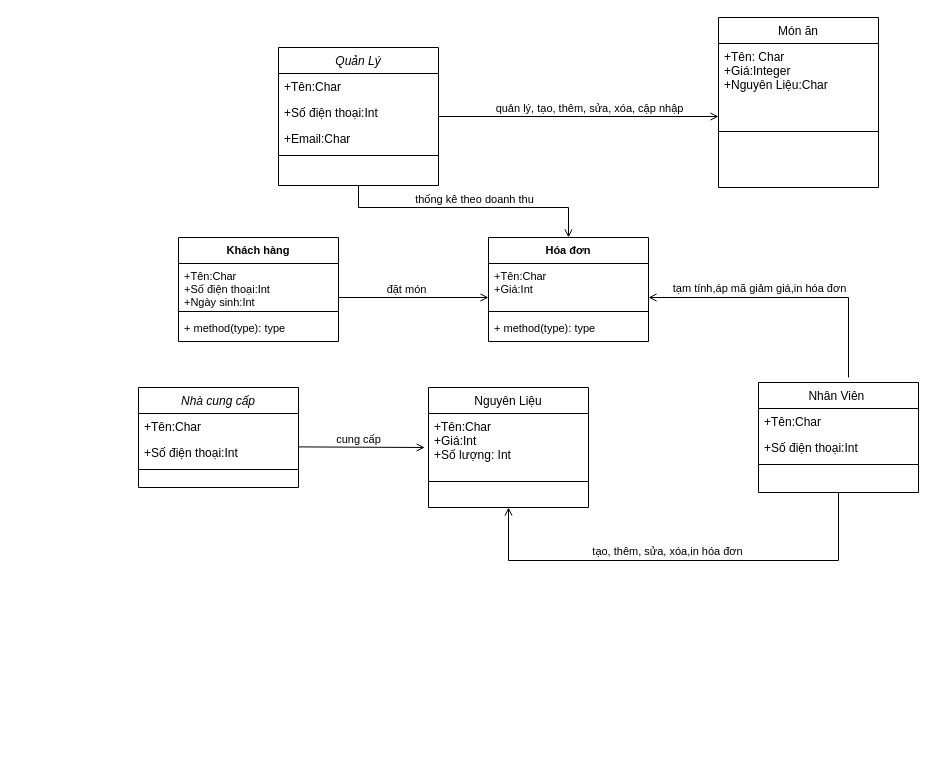
Before: Untitled Diagram.drawio in ducvo177/Calculator, a draw.io diagram. Source tidied: cells renumbered, new cells numbered last; positions are measured from the earlier drawing's top-left corner, leaving out a move shared by most shapes. Both pictures are drawn from the tidied source at 100%, with x=0, y=0 at pixel (138, 17).
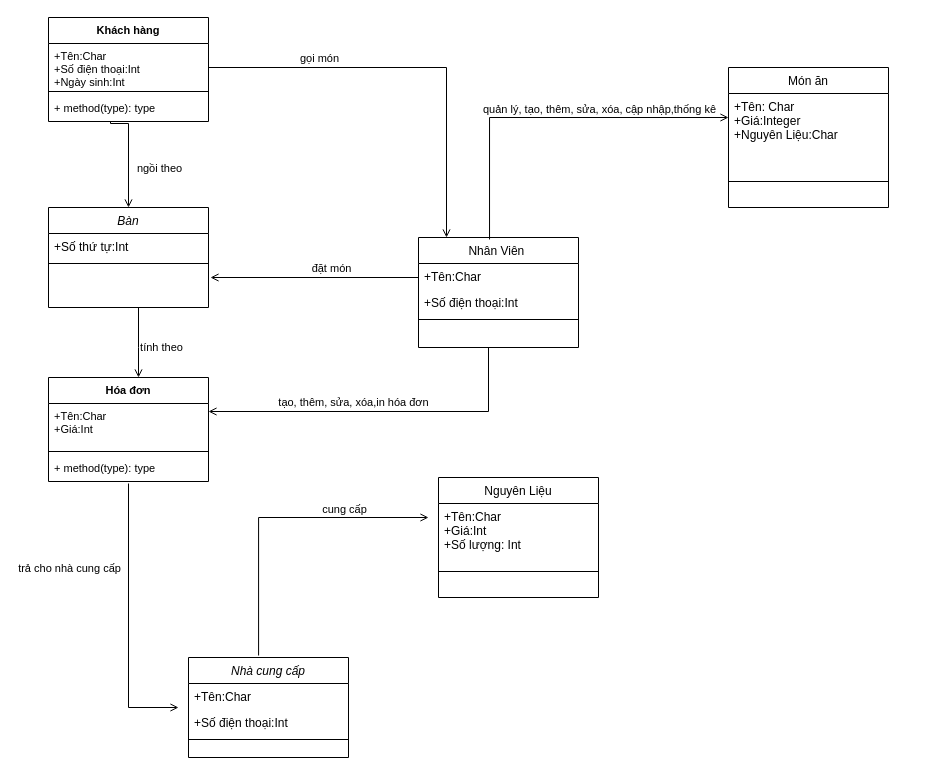
After the change.

The change refers to these unchanged cells:
```xml
<mxCell id="8" value="+Tên:Char" style="text;align=left;verticalAlign=top;spacingLeft=4;spacingRight=4;overflow=hidden;points=[[0,0.5],[1,0.5]];portConstraint=eastwest;" parent="7" vertex="1">
  <mxGeometry y="26" width="160" height="26" as="geometry" />
</mxCell>
<mxCell id="36" value="+ method(type): type" style="text;strokeColor=none;fillColor=none;align=left;verticalAlign=top;spacingLeft=4;spacingRight=4;overflow=hidden;points=[[0,0.5],[1,0.5]];portConstraint=eastwest;fontSize=11;" parent="33" vertex="1">
  <mxGeometry y="78" width="160" height="26" as="geometry" />
</mxCell>
<mxCell id="42" value="+Tên:Char&#10;+Số điện thoại:Int&#10;+Ngày sinh:Int" style="text;strokeColor=none;fillColor=none;align=left;verticalAlign=top;spacingLeft=4;spacingRight=4;overflow=hidden;points=[[0,0.5],[1,0.5]];portConstraint=eastwest;fontSize=11;" parent="41" vertex="1">
  <mxGeometry y="26" width="160" height="44" as="geometry" />
</mxCell>
```

Change to the diagram source:
```diff
@@
-    <mxCell id="2" value="Quản Lý" style="swimlane;fontStyle=2;align=center;verticalAlign=top;horizontal=1;startSize=26;rounded=0;shadow=0;strokeWidth=1;" parent="1" vertex="1">
-      <mxGeometry x="140" y="30" width="160" height="138" as="geometry" />
-    </mxCell>
-    <mxCell id="3" value="+Tên:Char" style="text;align=left;verticalAlign=top;spacingLeft=4;spacingRight=4;overflow=hidden;" parent="2" vertex="1">
-      <mxGeometry y="26" width="160" height="26" as="geometry" />
-    </mxCell>
-    <mxCell id="4" value="+Số điện thoại:Int" style="text;align=left;verticalAlign=top;spacingLeft=4;spacingRight=4;overflow=hidden;rounded=0;shadow=0;html=0;" parent="2" vertex="1">
-      <mxGeometry y="52" width="160" height="26" as="geometry" />
-    </mxCell>
-    <mxCell id="5" value="+Email:Char" style="text;align=left;verticalAlign=top;spacingLeft=4;spacingRight=4;overflow=hidden;rounded=0;shadow=0;html=0;" parent="2" vertex="1">
-      <mxGeometry y="78" width="160" height="26" as="geometry" />
-    </mxCell>
-    <mxCell id="6" style="line;html=1;strokeWidth=1;align=left;verticalAlign=middle;spacingTop=-1;spacingLeft=3;spacingRight=3;labelPosition=right;" parent="2" vertex="1">
-      <mxGeometry y="104" width="160" height="8" as="geometry" />
-    </mxCell>
     <mxCell id="7" value="Nhân Viên &#10;" style="swimlane;fontStyle=0;align=center;verticalAlign=top;horizontal=1;startSize=26;rounded=0;shadow=0;strokeWidth=1;" parent="1" vertex="1">
-      <mxGeometry x="620" y="365" width="160" height="110" as="geometry" />
+      <mxGeometry x="280" y="220" width="160" height="110" as="geometry" />
     </mxCell>
@@
     <mxCell id="11" value="Nguyên Liệu" style="swimlane;fontStyle=0;align=center;verticalAlign=top;horizontal=1;startSize=26;rounded=0;shadow=0;strokeWidth=1;" parent="1" vertex="1">
-      <mxGeometry x="290" y="370" width="160" height="120" as="geometry" />
+      <mxGeometry x="300" y="460" width="160" height="120" as="geometry" />
     </mxCell>
@@
-    <mxCell id="14" style="endArrow=open;shadow=0;strokeWidth=1;rounded=0;endFill=1;edgeStyle=elbowEdgeStyle;elbow=vertical;exitX=0.5;exitY=1;exitDx=0;exitDy=0;" parent="11" edge="1" source="7">
-      <mxGeometry x="0.5" y="41" relative="1" as="geometry">
-        <mxPoint x="80" y="120" as="targetPoint" />
-        <Array as="points">
-          <mxPoint x="260" y="173" />
-        </Array>
-        <mxPoint x="-40" y="32" as="offset" />
-      </mxGeometry>
-    </mxCell>
-    <mxCell id="15" style="align=left;verticalAlign=bottom;labelBackgroundColor=none;fontSize=12;" parent="14" vertex="1">
-      <mxGeometry x="-1" relative="1" as="geometry">
-        <mxPoint y="4" as="offset" />
-      </mxGeometry>
-    </mxCell>
-    <mxCell id="16" style="align=right;verticalAlign=bottom;labelBackgroundColor=none;fontSize=12;" parent="14" vertex="1">
-      <mxGeometry x="1" relative="1" as="geometry">
-        <mxPoint x="-7" y="4" as="offset" />
-      </mxGeometry>
-    </mxCell>
-    <mxCell id="17" value="&lt;span class=&quot;fontstyle21&quot;&gt;&lt;span style=&quot;line-height: 115%&quot;&gt;&lt;font style=&quot;font-size: 11px&quot;&gt;tạo, thêm, sửa, xóa,in hóa đơn&lt;/font&gt;&lt;/span&gt;&lt;/span&gt;" style="text;html=1;align=center;verticalAlign=middle;labelBackgroundColor=none;rounded=0;shadow=0;strokeWidth=1;fontSize=12;" parent="14" vertex="1">
-      <mxGeometry x="0.5" y="49" relative="1" as="geometry">
-        <mxPoint x="98" y="-59" as="offset" />
-      </mxGeometry>
-    </mxCell>
     <mxCell id="18" value="Món ăn" style="swimlane;fontStyle=0;align=center;verticalAlign=top;horizontal=1;startSize=26;rounded=0;shadow=0;strokeWidth=1;" parent="1" vertex="1">
-      <mxGeometry x="580" width="160" height="170" as="geometry" />
+      <mxGeometry x="590" y="50" width="160" height="140" as="geometry" />
     </mxCell>
@@
-    <mxCell id="21" style="endArrow=open;shadow=0;strokeWidth=1;rounded=0;endFill=1;edgeStyle=elbowEdgeStyle;elbow=vertical;" parent="1" edge="1" source="2" target="18">
+    <mxCell id="21" style="endArrow=open;shadow=0;strokeWidth=1;rounded=0;endFill=1;edgeStyle=elbowEdgeStyle;elbow=vertical;exitX=0.444;exitY=0.018;exitDx=0;exitDy=0;exitPerimeter=0;" parent="1" edge="1" source="7" target="18">
       <mxGeometry x="0.5" y="41" relative="1" as="geometry">
+        <Array as="points">
+          <mxPoint x="470" y="100" />
+        </Array>
         <mxPoint x="-40" y="32" as="offset" />
       </mxGeometry>
     </mxCell>
@@
-    <mxCell id="24" value="&lt;span class=&quot;fontstyle21&quot;&gt;&lt;span style=&quot;line-height: 115%&quot;&gt;&lt;font style=&quot;font-size: 11px&quot;&gt;quản lý, tạo, thêm, sửa, xóa, cập nhập&lt;/font&gt;&lt;/span&gt;&lt;/span&gt;" style="text;html=1;align=center;verticalAlign=middle;labelBackgroundColor=none;rounded=0;shadow=0;strokeWidth=1;fontSize=12;" parent="21" vertex="1">
+    <mxCell id="24" value="&lt;span class=&quot;fontstyle21&quot;&gt;&lt;span style=&quot;line-height: 115%&quot;&gt;&lt;font style=&quot;font-size: 11px&quot;&gt;quản lý, tạo, thêm, sửa, xóa, cập nhập,thống kê&lt;/font&gt;&lt;/span&gt;&lt;/span&gt;" style="text;html=1;align=center;verticalAlign=middle;labelBackgroundColor=none;rounded=0;shadow=0;strokeWidth=1;fontSize=12;" parent="21" vertex="1">
       <mxGeometry x="0.5" y="49" relative="1" as="geometry">
-        <mxPoint x="-60" y="40" as="offset" />
+        <mxPoint x="-40" y="40" as="offset" />
       </mxGeometry>
     </mxCell>
     <mxCell id="25" value="Nhà cung cấp" style="swimlane;fontStyle=2;align=center;verticalAlign=top;horizontal=1;startSize=26;rounded=0;shadow=0;strokeWidth=1;" parent="1" vertex="1">
-      <mxGeometry y="370" width="160" height="100" as="geometry" />
+      <mxGeometry x="50" y="640" width="160" height="100" as="geometry" />
     </mxCell>
@@
-    <mxCell id="29" style="endArrow=open;shadow=0;strokeWidth=1;rounded=0;endFill=1;edgeStyle=elbowEdgeStyle;elbow=vertical;exitX=1.024;exitY=0.285;exitDx=0;exitDy=0;exitPerimeter=0;" parent="1" edge="1">
+    <mxCell id="29" style="endArrow=open;shadow=0;strokeWidth=1;rounded=0;endFill=1;edgeStyle=elbowEdgeStyle;elbow=vertical;exitX=0.438;exitY=-0.02;exitDx=0;exitDy=0;exitPerimeter=0;" parent="1" edge="1" source="25">
       <mxGeometry x="0.5" y="41" relative="1" as="geometry">
-        <mxPoint x="160" y="429.4" as="sourcePoint" />
-        <mxPoint x="286.2" y="430" as="targetPoint" />
+        <mxPoint x="290" y="500" as="targetPoint" />
+        <Array as="points">
+          <mxPoint x="270" y="500" />
+          <mxPoint x="170" y="480" />
+        </Array>
         <mxPoint x="-40" y="32" as="offset" />
       </mxGeometry>
     </mxCell>
@@
     <mxCell id="32" value="&lt;span style=&quot;font-size: 11px&quot;&gt;cung cấp&lt;/span&gt;" style="text;html=1;align=center;verticalAlign=middle;labelBackgroundColor=none;rounded=0;shadow=0;strokeWidth=1;fontSize=12;" parent="29" vertex="1">
       <mxGeometry x="0.5" y="49" relative="1" as="geometry">
-        <mxPoint x="-35" y="40" as="offset" />
+        <mxPoint x="-8" y="40" as="offset" />
       </mxGeometry>
     </mxCell>
     <mxCell id="33" value="Hóa đơn" style="swimlane;fontStyle=1;align=center;verticalAlign=top;horizontal=1;startSize=26;fontSize=11;" parent="1" vertex="1">
-      <mxGeometry x="350" y="220" width="160" height="104" as="geometry" />
+      <mxGeometry x="-90" y="360" width="160" height="104" as="geometry" />
     </mxCell>
@@
-    <mxCell id="37" style="endArrow=open;shadow=0;strokeWidth=1;rounded=0;endFill=1;edgeStyle=elbowEdgeStyle;elbow=vertical;" parent="1" edge="1">
-      <mxGeometry x="0.5" y="41" relative="1" as="geometry">
-        <mxPoint x="710" y="360" as="sourcePoint" />
-        <mxPoint x="510" y="280" as="targetPoint" />
-        <Array as="points">
-          <mxPoint x="620" y="280" />
-        </Array>
-        <mxPoint x="-40" y="32" as="offset" />
-      </mxGeometry>
-    </mxCell>
-    <mxCell id="38" style="align=left;verticalAlign=bottom;labelBackgroundColor=none;fontSize=12;" parent="37" vertex="1">
-      <mxGeometry x="-1" relative="1" as="geometry">
-        <mxPoint y="4" as="offset" />
-      </mxGeometry>
-    </mxCell>
-    <mxCell id="39" style="align=right;verticalAlign=bottom;labelBackgroundColor=none;fontSize=12;" parent="37" vertex="1">
-      <mxGeometry x="1" relative="1" as="geometry">
-        <mxPoint x="-7" y="4" as="offset" />
-      </mxGeometry>
-    </mxCell>
-    <mxCell id="40" value="&lt;span style=&quot;font-size: 11px&quot;&gt;tạm tính,áp mã giảm giá,in hóa đơn&lt;br&gt;&lt;/span&gt;" style="text;html=1;align=center;verticalAlign=middle;labelBackgroundColor=none;rounded=0;shadow=0;strokeWidth=1;fontSize=12;" parent="37" vertex="1">
-      <mxGeometry x="0.5" y="49" relative="1" as="geometry">
-        <mxPoint x="40" y="-59" as="offset" />
-      </mxGeometry>
-    </mxCell>
     <mxCell id="41" value="Khách hàng" style="swimlane;fontStyle=1;align=center;verticalAlign=top;horizontal=1;startSize=26;fontSize=11;" parent="1" vertex="1">
-      <mxGeometry x="40" y="220" width="160" height="104" as="geometry" />
+      <mxGeometry x="-90" width="160" height="104" as="geometry" />
     </mxCell>
@@
-    <mxCell id="45" style="endArrow=open;shadow=0;strokeWidth=1;rounded=0;endFill=1;edgeStyle=elbowEdgeStyle;elbow=vertical;exitX=1;exitY=0.773;exitDx=0;exitDy=0;exitPerimeter=0;" parent="1" edge="1" source="42">
+    <mxCell id="45" style="endArrow=open;shadow=0;strokeWidth=1;rounded=0;endFill=1;edgeStyle=elbowEdgeStyle;elbow=vertical;exitX=1;exitY=0.5;exitDx=0;exitDy=0;entryX=0.175;entryY=0;entryDx=0;entryDy=0;entryPerimeter=0;" parent="1" edge="1" source="42" target="7">
       <mxGeometry x="0.5" y="41" relative="1" as="geometry">
-        <mxPoint x="350" y="280" as="targetPoint" />
         <Array as="points">
-          <mxPoint x="320" y="280" />
-          <mxPoint x="340" y="280" />
+          <mxPoint x="160" y="50" />
+          <mxPoint x="50" y="50" />
+          <mxPoint x="-230" y="-220" />
+          <mxPoint x="-210" y="-220" />
         </Array>
         <mxPoint x="-40" y="32" as="offset" />
       </mxGeometry>
     </mxCell>
@@
+    <mxCell id="53" value="Bàn" style="swimlane;fontStyle=2;align=center;verticalAlign=top;horizontal=1;startSize=26;rounded=0;shadow=0;strokeWidth=1;" parent="1" vertex="1">
+      <mxGeometry x="-90" y="190" width="160" height="100" as="geometry" />
+    </mxCell>
+    <mxCell id="54" value="+Số thứ tự:Int" style="text;align=left;verticalAlign=top;spacingLeft=4;spacingRight=4;overflow=hidden;" parent="53" vertex="1">
+      <mxGeometry y="26" width="160" height="26" as="geometry" />
+    </mxCell>
+    <mxCell id="55" style="line;html=1;strokeWidth=1;align=left;verticalAlign=middle;spacingTop=-1;spacingLeft=3;spacingRight=3;labelPosition=right;" parent="53" vertex="1">
+      <mxGeometry y="52" width="160" height="8" as="geometry" />
+    </mxCell>
+    <mxCell id="56" style="endArrow=open;shadow=0;strokeWidth=1;rounded=0;endFill=1;edgeStyle=elbowEdgeStyle;elbow=vertical;exitX=0.5;exitY=1.077;exitDx=0;exitDy=0;exitPerimeter=0;" parent="1" edge="1" source="36">
+      <mxGeometry x="0.5" y="41" relative="1" as="geometry">
+        <mxPoint x="40" y="690" as="targetPoint" />
+        <Array as="points">
+          <mxPoint x="-10" y="690" />
+          <mxPoint x="-30" y="480" />
+          <mxPoint x="420" y="190" />
+        </Array>
+        <mxPoint x="-40" y="32" as="offset" />
+      </mxGeometry>
+    </mxCell>
+    <mxCell id="57" style="align=left;verticalAlign=bottom;labelBackgroundColor=none;fontSize=12;" parent="56" vertex="1">
+      <mxGeometry x="-1" relative="1" as="geometry">
+        <mxPoint y="4" as="offset" />
+      </mxGeometry>
+    </mxCell>
+    <mxCell id="58" style="align=right;verticalAlign=bottom;labelBackgroundColor=none;fontSize=12;" parent="56" vertex="1">
+      <mxGeometry x="1" relative="1" as="geometry">
+        <mxPoint x="-7" y="4" as="offset" />
+      </mxGeometry>
+    </mxCell>
+    <mxCell id="59" value="&lt;span style=&quot;font-size: 11px&quot;&gt;trả cho nhà cung cấp&lt;/span&gt;" style="text;html=1;align=center;verticalAlign=middle;labelBackgroundColor=none;rounded=0;shadow=0;strokeWidth=1;fontSize=12;" parent="56" vertex="1">
+      <mxGeometry x="0.5" y="49" relative="1" as="geometry">
+        <mxPoint x="-109" y="-121" as="offset" />
+      </mxGeometry>
+    </mxCell>
+    <mxCell id="14" style="endArrow=open;shadow=0;strokeWidth=1;rounded=0;endFill=1;edgeStyle=elbowEdgeStyle;elbow=vertical;" parent="1" edge="1">
+      <mxGeometry x="0.5" y="41" relative="1" as="geometry">
+        <mxPoint x="350" y="330" as="sourcePoint" />
+        <mxPoint x="70" y="394" as="targetPoint" />
+        <Array as="points">
+          <mxPoint x="180" y="394" />
+        </Array>
+        <mxPoint x="-40" y="32" as="offset" />
+      </mxGeometry>
+    </mxCell>
+    <mxCell id="15" style="align=left;verticalAlign=bottom;labelBackgroundColor=none;fontSize=12;" parent="14" vertex="1">
+      <mxGeometry x="-1" relative="1" as="geometry">
+        <mxPoint y="4" as="offset" />
+      </mxGeometry>
+    </mxCell>
+    <mxCell id="16" style="align=right;verticalAlign=bottom;labelBackgroundColor=none;fontSize=12;" parent="14" vertex="1">
+      <mxGeometry x="1" relative="1" as="geometry">
+        <mxPoint x="-7" y="4" as="offset" />
+      </mxGeometry>
+    </mxCell>
+    <mxCell id="17" value="&lt;span class=&quot;fontstyle21&quot;&gt;&lt;span style=&quot;line-height: 115%&quot;&gt;&lt;font style=&quot;font-size: 11px&quot;&gt;tạo, thêm, sửa, xóa,in hóa đơn&lt;/font&gt;&lt;/span&gt;&lt;/span&gt;" style="text;html=1;align=center;verticalAlign=middle;labelBackgroundColor=none;rounded=0;shadow=0;strokeWidth=1;fontSize=12;" parent="14" vertex="1">
+      <mxGeometry x="0.5" y="49" relative="1" as="geometry">
+        <mxPoint x="58" y="-59" as="offset" />
+      </mxGeometry>
+    </mxCell>
+    <mxCell id="60" value="&lt;span style=&quot;font-size: 11px&quot;&gt;gọi món&lt;br&gt;&lt;/span&gt;" style="text;html=1;align=center;verticalAlign=middle;labelBackgroundColor=none;rounded=0;shadow=0;strokeWidth=1;fontSize=12;" parent="1" vertex="1">
+      <mxGeometry x="190" y="40" as="geometry">
+        <mxPoint x="-10" as="offset" />
+      </mxGeometry>
+    </mxCell>
+    <mxCell id="61" style="endArrow=open;shadow=0;strokeWidth=1;rounded=0;endFill=1;edgeStyle=elbowEdgeStyle;elbow=vertical;exitX=1;exitY=0.5;exitDx=0;exitDy=0;entryX=0.5;entryY=0;entryDx=0;entryDy=0;" parent="1" edge="1" target="53">
+      <mxGeometry x="0.5" y="41" relative="1" as="geometry">
+        <mxPoint x="-28" y="104" as="sourcePoint" />
+        <Array as="points">
+          <mxPoint x="62" y="106" />
+          <mxPoint x="-48" y="106" />
+          <mxPoint x="-328" y="-164" />
+          <mxPoint x="-308" y="-164" />
+        </Array>
+        <mxPoint x="-40" y="32" as="offset" />
+      </mxGeometry>
+    </mxCell>
+    <mxCell id="62" style="align=left;verticalAlign=bottom;labelBackgroundColor=none;fontSize=12;" parent="61" vertex="1">
+      <mxGeometry x="-1" relative="1" as="geometry">
+        <mxPoint y="4" as="offset" />
+      </mxGeometry>
+    </mxCell>
+    <mxCell id="63" style="align=right;verticalAlign=bottom;labelBackgroundColor=none;fontSize=12;" parent="61" vertex="1">
+      <mxGeometry x="1" relative="1" as="geometry">
+        <mxPoint x="-7" y="4" as="offset" />
+      </mxGeometry>
+    </mxCell>
+    <mxCell id="64" value="&lt;span style=&quot;font-size: 11px&quot;&gt;ngồi theo&lt;/span&gt;" style="text;html=1;align=center;verticalAlign=middle;labelBackgroundColor=none;rounded=0;shadow=0;strokeWidth=1;fontSize=12;" parent="61" vertex="1">
+      <mxGeometry x="0.5" y="49" relative="1" as="geometry">
+        <mxPoint x="-19" y="-14" as="offset" />
+      </mxGeometry>
+    </mxCell>
+    <mxCell id="65" style="endArrow=open;shadow=0;strokeWidth=1;rounded=0;endFill=1;edgeStyle=elbowEdgeStyle;elbow=vertical;exitX=0;exitY=0.5;exitDx=0;exitDy=0;" parent="1" edge="1" source="8">
+      <mxGeometry x="0.5" y="41" relative="1" as="geometry">
+        <mxPoint x="72" y="260" as="targetPoint" />
+        <Array as="points">
+          <mxPoint x="190" y="260" />
+          <mxPoint x="60" y="60" />
+          <mxPoint x="-220" y="-210" />
+          <mxPoint x="-200" y="-210" />
+        </Array>
+        <mxPoint x="-40" y="32" as="offset" />
+      </mxGeometry>
+    </mxCell>
+    <mxCell id="66" style="align=left;verticalAlign=bottom;labelBackgroundColor=none;fontSize=12;" parent="65" vertex="1">
+      <mxGeometry x="-1" relative="1" as="geometry">
+        <mxPoint y="4" as="offset" />
+      </mxGeometry>
+    </mxCell>
+    <mxCell id="67" style="align=right;verticalAlign=bottom;labelBackgroundColor=none;fontSize=12;" parent="65" vertex="1">
+      <mxGeometry x="1" relative="1" as="geometry">
+        <mxPoint x="-7" y="4" as="offset" />
+      </mxGeometry>
+    </mxCell>
-    <mxCell id="48" value="&lt;span style=&quot;font-size: 11px&quot;&gt;đặt món&lt;/span&gt;" style="text;html=1;align=center;verticalAlign=middle;labelBackgroundColor=none;rounded=0;shadow=0;strokeWidth=1;fontSize=12;" parent="45" vertex="1">
+    <mxCell id="48" value="&lt;span style=&quot;font-size: 11px&quot;&gt;đặt món&lt;/span&gt;" style="text;html=1;align=center;verticalAlign=middle;labelBackgroundColor=none;rounded=0;shadow=0;strokeWidth=1;fontSize=12;" parent="65" vertex="1">
       <mxGeometry x="0.5" y="49" relative="1" as="geometry">
-        <mxPoint x="-45" y="40" as="offset" />
+        <mxPoint x="68" y="-59" as="offset" />
       </mxGeometry>
     </mxCell>
-    <mxCell id="49" style="endArrow=open;shadow=0;strokeWidth=1;rounded=0;endFill=1;edgeStyle=elbowEdgeStyle;elbow=vertical;exitX=0.5;exitY=1;exitDx=0;exitDy=0;entryX=0.5;entryY=0;entryDx=0;entryDy=0;" parent="1" edge="1" source="2" target="33">
-      <mxGeometry x="0.5" y="41" relative="1" as="geometry">
-        <Array as="points">
-          <mxPoint x="420" y="190" />
-          <mxPoint x="410" y="180" />
-        </Array>
-        <mxPoint x="-40" y="32" as="offset" />
-      </mxGeometry>
-    </mxCell>
-    <mxCell id="50" style="align=left;verticalAlign=bottom;labelBackgroundColor=none;fontSize=12;" parent="49" vertex="1">
-      <mxGeometry x="-1" relative="1" as="geometry">
-        <mxPoint y="4" as="offset" />
-      </mxGeometry>
-    </mxCell>
-    <mxCell id="51" style="align=right;verticalAlign=bottom;labelBackgroundColor=none;fontSize=12;" parent="49" vertex="1">
-      <mxGeometry x="1" relative="1" as="geometry">
-        <mxPoint x="-7" y="4" as="offset" />
-      </mxGeometry>
-    </mxCell>
-    <mxCell id="52" value="&lt;span style=&quot;font-size: 11px&quot;&gt;thống kê theo doanh thu&lt;/span&gt;" style="text;html=1;align=center;verticalAlign=middle;labelBackgroundColor=none;rounded=0;shadow=0;strokeWidth=1;fontSize=12;" parent="49" vertex="1">
-      <mxGeometry x="0.5" y="49" relative="1" as="geometry">
-        <mxPoint x="-60" y="40" as="offset" />
-      </mxGeometry>
-    </mxCell>
+    <mxCell id="68" style="endArrow=open;shadow=0;strokeWidth=1;rounded=0;endFill=1;edgeStyle=elbowEdgeStyle;elbow=vertical;" parent="1" edge="1">
+      <mxGeometry x="0.5" y="41" relative="1" as="geometry">
+        <mxPoint y="290" as="sourcePoint" />
+        <mxPoint y="360" as="targetPoint" />
+        <Array as="points">
+          <mxPoint x="-30" y="330" />
+        </Array>
+        <mxPoint x="-40" y="32" as="offset" />
+      </mxGeometry>
+    </mxCell>
+    <mxCell id="69" style="align=left;verticalAlign=bottom;labelBackgroundColor=none;fontSize=12;" parent="68" vertex="1">
+      <mxGeometry x="-1" relative="1" as="geometry">
+        <mxPoint y="4" as="offset" />
+      </mxGeometry>
+    </mxCell>
+    <mxCell id="70" style="align=right;verticalAlign=bottom;labelBackgroundColor=none;fontSize=12;" parent="68" vertex="1">
+      <mxGeometry x="1" relative="1" as="geometry">
+        <mxPoint x="-7" y="4" as="offset" />
+      </mxGeometry>
+    </mxCell>
+    <mxCell id="71" value="&lt;span style=&quot;font-size: 11px&quot;&gt;tính theo&lt;br&gt;&lt;/span&gt;" style="text;html=1;align=center;verticalAlign=middle;labelBackgroundColor=none;rounded=0;shadow=0;strokeWidth=1;fontSize=12;" parent="68" vertex="1">
+      <mxGeometry x="0.5" y="49" relative="1" as="geometry">
+        <mxPoint x="-27" y="-14" as="offset" />
+      </mxGeometry>
+    </mxCell>
```
